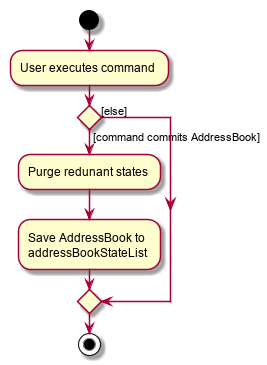
This is docs/images/CommitActivityDiagram.png from nus-cs2103-AY2021S1/tp, a PlantUML export, as it was before one commit.
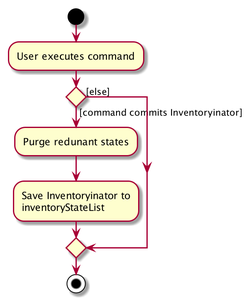
Above is the later version.

The edit, as a diff of the source:
```diff
@@ -3,10 +3,10 @@
 :User executes command;
 
 
-if () then ([command commits AddressBook])
+if () then ([command commits Inventoryinator])
     :Purge redunant states;
-    :Save AddressBook to
-    addressBookStateList;
+    :Save Inventoryinator to
+    inventoryStateList;
 else ([else])
 endif
 stop
```
